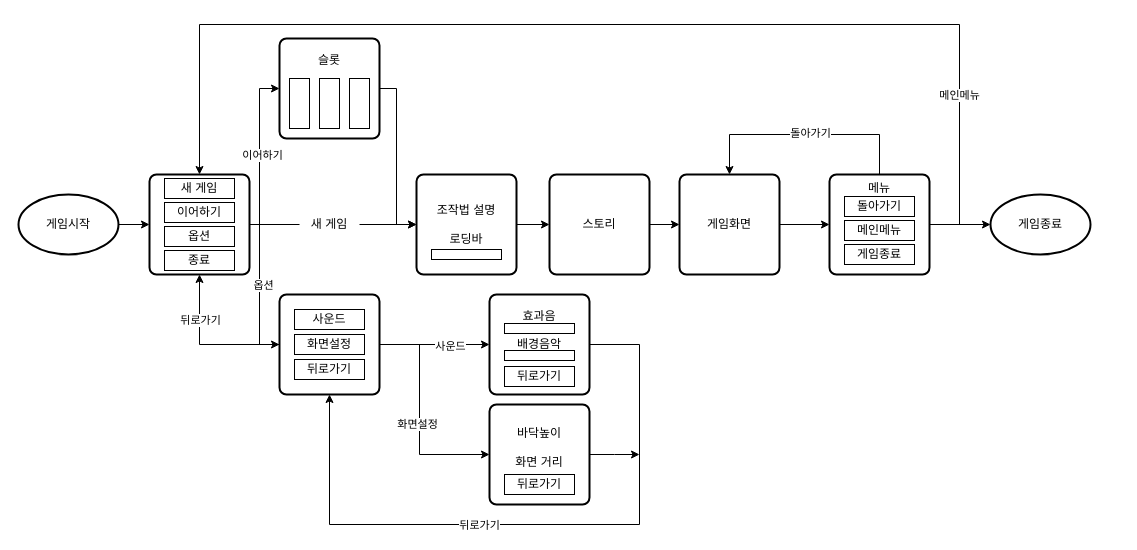
Before: Untitled Diagram.drawio in imjae/Holymole_Lee, a draw.io diagram. Source tidied: cells renumbered, new cells numbered last; positions are measured from the earlier drawing's top-left corner, leaving out a move shared by most shapes. Both pictures are drawn from the tidied source at 100%, with x=0, y=0 at pixel (18, 24).
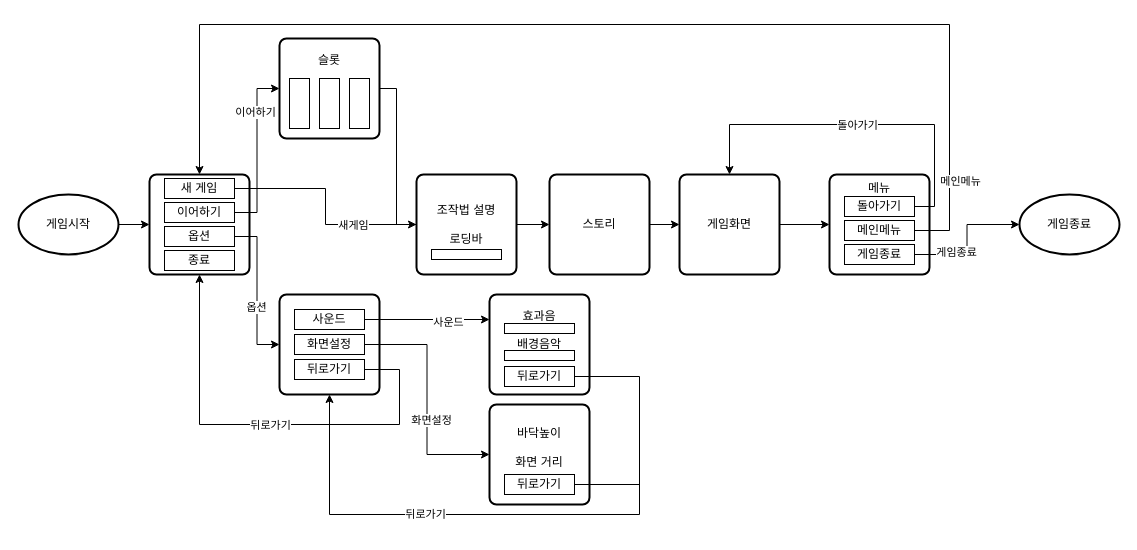
The same diagram, later.

The change refers to these unchanged cells:
```xml
<mxCell id="4" value="조작법 설명&lt;br&gt;&lt;br&gt;로딩바" style="rounded=1;whiteSpace=wrap;html=1;absoluteArcSize=1;arcSize=14;strokeWidth=2;" parent="1" vertex="1">
  <mxGeometry x="398" y="150" width="100" height="100" as="geometry" />
</mxCell>
<mxCell id="8" value="게임화면" style="rounded=1;whiteSpace=wrap;html=1;absoluteArcSize=1;arcSize=14;strokeWidth=2;" parent="1" vertex="1">
  <mxGeometry x="661" y="150" width="100" height="100" as="geometry" />
</mxCell>
<mxCell id="16" value="이어하기" style="rounded=0;whiteSpace=wrap;html=1;" parent="1" vertex="1">
  <mxGeometry x="146" y="178" width="70" height="20" as="geometry" />
</mxCell>
<mxCell id="18" value="옵션" style="rounded=0;whiteSpace=wrap;html=1;" parent="1" vertex="1">
  <mxGeometry x="146" y="202" width="70" height="20" as="geometry" />
</mxCell>
<mxCell id="20" value="슬롯&lt;br&gt;&lt;br&gt;&lt;br&gt;&lt;br&gt;&lt;br&gt;" style="rounded=1;whiteSpace=wrap;html=1;absoluteArcSize=1;arcSize=14;strokeWidth=2;" parent="1" vertex="1">
  <mxGeometry x="261" y="14" width="100" height="100" as="geometry" />
</mxCell>
<mxCell id="34" value="화면설정" style="rounded=0;whiteSpace=wrap;html=1;" parent="1" vertex="1">
  <mxGeometry x="276" y="310" width="70" height="20" as="geometry" />
</mxCell>
<mxCell id="35" value="뒤로가기" style="rounded=0;whiteSpace=wrap;html=1;" parent="1" vertex="1">
  <mxGeometry x="276" y="335" width="70" height="20" as="geometry" />
</mxCell>
<mxCell id="38" value="효과음&lt;br&gt;&lt;br&gt;배경음악&lt;br&gt;&lt;br&gt;&amp;nbsp;" style="rounded=1;whiteSpace=wrap;html=1;absoluteArcSize=1;arcSize=14;strokeWidth=2;" parent="1" vertex="1">
  <mxGeometry x="471" y="270" width="100" height="100" as="geometry" />
</mxCell>
<mxCell id="41" value="뒤로가기" style="rounded=0;whiteSpace=wrap;html=1;" parent="1" vertex="1">
  <mxGeometry x="486" y="342" width="70" height="20" as="geometry" />
</mxCell>
<mxCell id="43" value="바닥높이&lt;br&gt;&lt;br&gt;화면 거리&lt;br&gt;&amp;nbsp;" style="rounded=1;whiteSpace=wrap;html=1;absoluteArcSize=1;arcSize=14;strokeWidth=2;" parent="1" vertex="1">
  <mxGeometry x="471" y="380" width="100" height="100" as="geometry" />
</mxCell>
<mxCell id="44" value="뒤로가기" style="rounded=0;whiteSpace=wrap;html=1;" parent="1" vertex="1">
  <mxGeometry x="486" y="450" width="70" height="20" as="geometry" />
</mxCell>
<mxCell id="48" value="메뉴&lt;br&gt;&lt;br&gt;&lt;br&gt;&lt;br&gt;&lt;br&gt;&lt;br&gt;" style="rounded=1;whiteSpace=wrap;html=1;absoluteArcSize=1;arcSize=14;strokeWidth=2;" parent="1" vertex="1">
  <mxGeometry x="811" y="150" width="100" height="100" as="geometry" />
</mxCell>
<mxCell id="51" value="메인메뉴" style="rounded=0;whiteSpace=wrap;html=1;" parent="1" vertex="1">
  <mxGeometry x="826" y="196" width="70" height="20" as="geometry" />
</mxCell>
<mxCell id="52" value="돌아가기" style="rounded=0;whiteSpace=wrap;html=1;" parent="1" vertex="1">
  <mxGeometry x="826" y="172" width="70" height="20" as="geometry" />
</mxCell>
<mxCell id="53" value="게임종료" style="rounded=0;whiteSpace=wrap;html=1;" parent="1" vertex="1">
  <mxGeometry x="826" y="220" width="70" height="20" as="geometry" />
</mxCell>
```

Diff of the diagram source:
```diff
@@
-    <mxCell id="3" style="edgeStyle=orthogonalEdgeStyle;rounded=0;jettySize=auto;html=1;exitX=1;exitY=0.5;exitDx=0;exitDy=0;entryX=0;entryY=0.5;entryDx=0;entryDy=0;startArrow=none;" parent="1" edge="1" source="24" target="4">
-      <mxGeometry relative="1" as="geometry" />
-    </mxCell>
@@
-    <mxCell id="10" style="edgeStyle=orthogonalEdgeStyle;rounded=0;jettySize=auto;html=1;entryX=0;entryY=0.5;entryDx=0;entryDy=0;" parent="1" edge="1" source="14" target="20">
-      <mxGeometry relative="1" as="geometry">
-        <Array as="points">
-          <mxPoint x="241" y="200" />
-          <mxPoint x="241" y="64" />
-        </Array>
-      </mxGeometry>
-    </mxCell>
+    <mxCell id="14" style="rounded=1;whiteSpace=wrap;html=1;absoluteArcSize=1;arcSize=14;strokeWidth=2;" parent="1" vertex="1">
+      <mxGeometry x="131" y="150" width="100" height="100" as="geometry" />
+    </mxCell>
+    <mxCell id="57" style="edgeStyle=orthogonalEdgeStyle;rounded=0;jettySize=auto;html=1;exitX=1;exitY=0.5;exitDx=0;exitDy=0;entryX=0;entryY=0.5;entryDx=0;entryDy=0;endArrow=none;endFill=0;" parent="1" edge="1" source="15" target="4">
+      <mxGeometry relative="1" as="geometry" />
+    </mxCell>
+    <mxCell id="58" value="새게임" style="edgeLabel;html=1;align=center;verticalAlign=middle;" parent="57" vertex="1">
+      <mxGeometry x="0.41" relative="1" as="geometry" />
+    </mxCell>
+    <mxCell id="15" value="새 게임" style="rounded=0;whiteSpace=wrap;html=1;" parent="1" vertex="1">
+      <mxGeometry x="146" y="154" width="70" height="20" as="geometry" />
+    </mxCell>
+    <mxCell id="59" style="edgeStyle=orthogonalEdgeStyle;rounded=0;jettySize=auto;html=1;exitX=1;exitY=0.5;exitDx=0;exitDy=0;entryX=0;entryY=0.5;entryDx=0;entryDy=0;endArrow=classic;endFill=1;" parent="1" edge="1" source="16" target="20">
+      <mxGeometry relative="1" as="geometry" />
+    </mxCell>
-    <mxCell id="11" value="이어하기" style="edgeLabel;html=1;align=center;verticalAlign=middle;" parent="10" vertex="1">
-      <mxGeometry x="0.14" y="-2" relative="1" as="geometry">
-        <mxPoint y="15" as="offset" />
+    <mxCell id="11" value="이어하기" style="edgeLabel;html=1;align=center;verticalAlign=middle;" parent="59" vertex="1">
+      <mxGeometry x="0.46" y="3" relative="1" as="geometry">
+        <mxPoint x="1" as="offset" />
       </mxGeometry>
     </mxCell>
-    <mxCell id="12" style="edgeStyle=orthogonalEdgeStyle;rounded=0;jettySize=auto;html=1;entryX=0;entryY=0.5;entryDx=0;entryDy=0;" parent="1" edge="1" source="14" target="32">
-      <mxGeometry relative="1" as="geometry">
-        <Array as="points">
-          <mxPoint x="241" y="200" />
-          <mxPoint x="241" y="320" />
-        </Array>
-      </mxGeometry>
-    </mxCell>
-    <mxCell id="13" value="옵션" style="edgeLabel;html=1;align=center;verticalAlign=middle;" parent="12" vertex="1">
-      <mxGeometry x="0.27" y="3" relative="1" as="geometry">
-        <mxPoint y="-25" as="offset" />
-      </mxGeometry>
-    </mxCell>
-    <mxCell id="14" style="rounded=1;whiteSpace=wrap;html=1;absoluteArcSize=1;arcSize=14;strokeWidth=2;" parent="1" vertex="1">
-      <mxGeometry x="131" y="150" width="100" height="100" as="geometry" />
-    </mxCell>
-    <mxCell id="15" value="새 게임" style="rounded=0;whiteSpace=wrap;html=1;" parent="1" vertex="1">
-      <mxGeometry x="146" y="154" width="70" height="20" as="geometry" />
-    </mxCell>
@@
+    <mxCell id="60" style="edgeStyle=orthogonalEdgeStyle;rounded=0;jettySize=auto;html=1;exitX=1;exitY=0.5;exitDx=0;exitDy=0;entryX=0;entryY=0.5;entryDx=0;entryDy=0;endArrow=classic;endFill=1;" parent="1" edge="1" source="18" target="32">
+      <mxGeometry relative="1" as="geometry" />
+    </mxCell>
+    <mxCell id="13" value="옵션" style="edgeLabel;html=1;align=center;verticalAlign=middle;" parent="60" vertex="1">
+      <mxGeometry x="0.21" y="-1" relative="1" as="geometry" />
+    </mxCell>
@@
-    <mxCell id="24" value="새 게임" style="text;html=1;strokeColor=none;fillColor=none;align=center;verticalAlign=middle;whiteSpace=wrap;rounded=0;" parent="1" vertex="1">
-      <mxGeometry x="281" y="185" width="60" height="30" as="geometry" />
-    </mxCell>
-    <mxCell id="25" style="edgeStyle=orthogonalEdgeStyle;rounded=0;jettySize=auto;html=1;exitX=1;exitY=0.5;exitDx=0;exitDy=0;entryX=0;entryY=0.5;entryDx=0;entryDy=0;endArrow=none;" parent="1" edge="1" source="14" target="24">
-      <mxGeometry relative="1" as="geometry" />
-    </mxCell>
-    <mxCell id="26" style="edgeStyle=orthogonalEdgeStyle;rounded=0;jettySize=auto;html=1;entryX=0.5;entryY=1;entryDx=0;entryDy=0;" parent="1" edge="1" source="32" target="14">
-      <mxGeometry relative="1" as="geometry" />
-    </mxCell>
-    <mxCell id="27" value="뒤로가기" style="edgeLabel;html=1;align=center;verticalAlign=middle;" parent="26" vertex="1">
-      <mxGeometry x="0.16" y="-2" relative="1" as="geometry">
-        <mxPoint x="-2" y="-18" as="offset" />
-      </mxGeometry>
-    </mxCell>
-    <mxCell id="28" style="edgeStyle=orthogonalEdgeStyle;rounded=0;jettySize=auto;html=1;entryX=0;entryY=0.5;entryDx=0;entryDy=0;" parent="1" edge="1" source="32" target="38">
-      <mxGeometry relative="1" as="geometry" />
-    </mxCell>
+    <mxCell id="32" style="rounded=1;whiteSpace=wrap;html=1;absoluteArcSize=1;arcSize=14;strokeWidth=2;" parent="1" vertex="1">
+      <mxGeometry x="261" y="270" width="100" height="100" as="geometry" />
+    </mxCell>
+    <mxCell id="61" style="edgeStyle=orthogonalEdgeStyle;rounded=0;jettySize=auto;html=1;exitX=1;exitY=0.5;exitDx=0;exitDy=0;entryX=0;entryY=0.25;entryDx=0;entryDy=0;" parent="1" edge="1" source="33" target="38">
+      <mxGeometry relative="1" as="geometry" />
+    </mxCell>
-    <mxCell id="29" value="사운드" style="edgeLabel;html=1;align=center;verticalAlign=middle;" parent="28" vertex="1">
-      <mxGeometry x="0.27" y="-1" relative="1" as="geometry" />
+    <mxCell id="29" value="사운드" style="edgeLabel;html=1;align=center;verticalAlign=middle;" parent="61" vertex="1">
+      <mxGeometry x="0.33" y="-2" relative="1" as="geometry" />
     </mxCell>
-    <mxCell id="30" style="edgeStyle=orthogonalEdgeStyle;rounded=0;jettySize=auto;html=1;entryX=0;entryY=0.5;entryDx=0;entryDy=0;" parent="1" edge="1" source="32" target="43">
-      <mxGeometry relative="1" as="geometry">
-        <Array as="points">
-          <mxPoint x="401" y="320" />
-          <mxPoint x="401" y="430" />
-        </Array>
-      </mxGeometry>
-    </mxCell>
+    <mxCell id="33" value="사운드" style="rounded=0;whiteSpace=wrap;html=1;" parent="1" vertex="1">
+      <mxGeometry x="276" y="285" width="70" height="20" as="geometry" />
+    </mxCell>
+    <mxCell id="62" style="edgeStyle=orthogonalEdgeStyle;rounded=0;jettySize=auto;html=1;exitX=1;exitY=0.5;exitDx=0;exitDy=0;entryX=0;entryY=0.5;entryDx=0;entryDy=0;" parent="1" edge="1" source="34" target="43">
+      <mxGeometry relative="1" as="geometry" />
+    </mxCell>
-    <mxCell id="31" value="화면설정" style="edgeLabel;html=1;align=center;verticalAlign=middle;" parent="30" vertex="1">
-      <mxGeometry x="0.08" y="-4" relative="1" as="geometry">
-        <mxPoint x="1" as="offset" />
+    <mxCell id="31" value="화면설정" style="edgeLabel;html=1;align=center;verticalAlign=middle;" parent="62" vertex="1">
+      <mxGeometry x="0.17" y="4" relative="1" as="geometry">
+        <mxPoint y="1" as="offset" />
       </mxGeometry>
     </mxCell>
-    <mxCell id="32" style="rounded=1;whiteSpace=wrap;html=1;absoluteArcSize=1;arcSize=14;strokeWidth=2;" parent="1" vertex="1">
-      <mxGeometry x="261" y="270" width="100" height="100" as="geometry" />
-    </mxCell>
-    <mxCell id="33" value="사운드" style="rounded=0;whiteSpace=wrap;html=1;" parent="1" vertex="1">
-      <mxGeometry x="276" y="285" width="70" height="20" as="geometry" />
-    </mxCell>
@@
+    <mxCell id="63" style="edgeStyle=orthogonalEdgeStyle;rounded=0;jettySize=auto;html=1;exitX=1;exitY=0.5;exitDx=0;exitDy=0;entryX=0.5;entryY=1;entryDx=0;entryDy=0;endArrow=classic;endFill=1;" parent="1" edge="1" source="35" target="14">
+      <mxGeometry relative="1" as="geometry">
+        <Array as="points">
+          <mxPoint x="381" y="345" />
+          <mxPoint x="381" y="400" />
+          <mxPoint x="181" y="400" />
+        </Array>
+      </mxGeometry>
+    </mxCell>
+    <mxCell id="64" value="뒤로가기" style="edgeLabel;html=1;align=center;verticalAlign=middle;" parent="63" vertex="1">
+      <mxGeometry x="0.15" y="-2" relative="1" as="geometry">
+        <mxPoint x="33" y="2" as="offset" />
+      </mxGeometry>
+    </mxCell>
@@
-    <mxCell id="36" style="edgeStyle=orthogonalEdgeStyle;rounded=0;jettySize=auto;html=1;entryX=0.5;entryY=1;entryDx=0;entryDy=0;" parent="1" edge="1" source="38" target="32">
-      <mxGeometry relative="1" as="geometry">
-        <Array as="points">
-          <mxPoint x="621" y="320" />
-          <mxPoint x="621" y="500" />
-          <mxPoint x="311" y="500" />
-        </Array>
-      </mxGeometry>
-    </mxCell>
-    <mxCell id="37" value="뒤로가기" style="edgeLabel;html=1;align=center;verticalAlign=middle;" parent="36" vertex="1">
-      <mxGeometry x="-0.06" relative="1" as="geometry">
-        <mxPoint x="-76" as="offset" />
-      </mxGeometry>
-    </mxCell>
@@
+    <mxCell id="65" style="edgeStyle=orthogonalEdgeStyle;rounded=0;jettySize=auto;html=1;exitX=1;exitY=0.5;exitDx=0;exitDy=0;entryX=0.5;entryY=1;entryDx=0;entryDy=0;" parent="1" edge="1" source="41" target="32">
+      <mxGeometry relative="1" as="geometry">
+        <Array as="points">
+          <mxPoint x="621" y="352" />
+          <mxPoint x="621" y="490" />
+          <mxPoint x="311" y="490" />
+        </Array>
+      </mxGeometry>
+    </mxCell>
+    <mxCell id="66" value="뒤로가기" style="edgeLabel;html=1;align=center;verticalAlign=middle;" parent="65" vertex="1">
+      <mxGeometry x="0.32" y="-1" relative="1" as="geometry" />
+    </mxCell>
@@
-    <mxCell id="42" style="edgeStyle=orthogonalEdgeStyle;rounded=0;jettySize=auto;html=1;" parent="1" edge="1" source="43">
-      <mxGeometry relative="1" as="geometry">
-        <mxPoint x="621" y="430" as="targetPoint" />
-      </mxGeometry>
-    </mxCell>
@@
+    <mxCell id="67" style="edgeStyle=orthogonalEdgeStyle;rounded=0;jettySize=auto;html=1;exitX=1;exitY=0.5;exitDx=0;exitDy=0;endArrow=none;endFill=0;" parent="1" edge="1" source="44">
+      <mxGeometry relative="1" as="geometry">
+        <mxPoint x="621" y="460" as="targetPoint" />
+      </mxGeometry>
+    </mxCell>
@@
-    <mxCell id="45" style="edgeStyle=orthogonalEdgeStyle;rounded=0;jettySize=auto;html=1;entryX=0.5;entryY=0;entryDx=0;entryDy=0;" parent="1" edge="1" source="48" target="8">
-      <mxGeometry relative="1" as="geometry">
-        <Array as="points">
-          <mxPoint x="861" y="110" />
-          <mxPoint x="711" y="110" />
-        </Array>
-      </mxGeometry>
-    </mxCell>
-    <mxCell id="46" value="돌아가기" style="edgeLabel;html=1;align=center;verticalAlign=middle;" parent="45" vertex="1">
-      <mxGeometry x="-0.32" y="-2" relative="1" as="geometry">
-        <mxPoint x="-32" as="offset" />
-      </mxGeometry>
-    </mxCell>
-    <mxCell id="47" style="edgeStyle=orthogonalEdgeStyle;rounded=0;jettySize=auto;html=1;entryX=0;entryY=0.5;entryDx=0;entryDy=0;entryPerimeter=0;" parent="1" edge="1" source="48" target="56">
-      <mxGeometry relative="1" as="geometry" />
-    </mxCell>
@@
-    <mxCell id="49" style="edgeStyle=orthogonalEdgeStyle;rounded=0;jettySize=auto;html=1;entryX=0.5;entryY=0;entryDx=0;entryDy=0;exitX=1;exitY=0.5;exitDx=0;exitDy=0;" parent="1" edge="1" source="48" target="14">
-      <mxGeometry relative="1" as="geometry">
-        <Array as="points">
-          <mxPoint x="941" y="200" />
-          <mxPoint x="941" />
-          <mxPoint x="181" />
-        </Array>
-      </mxGeometry>
-    </mxCell>
+    <mxCell id="68" style="edgeStyle=orthogonalEdgeStyle;rounded=0;jettySize=auto;html=1;exitX=1;exitY=0.5;exitDx=0;exitDy=0;entryX=0.5;entryY=0;entryDx=0;entryDy=0;endArrow=classic;endFill=1;" parent="1" edge="1" source="51" target="14">
+      <mxGeometry relative="1" as="geometry">
+        <Array as="points">
+          <mxPoint x="931" y="206" />
+          <mxPoint x="931" />
+          <mxPoint x="181" />
+        </Array>
+      </mxGeometry>
+    </mxCell>
-    <mxCell id="50" value="메인메뉴" style="edgeLabel;html=1;align=center;verticalAlign=middle;" parent="49" vertex="1">
-      <mxGeometry x="-0.72" y="1" relative="1" as="geometry" />
+    <mxCell id="50" value="메인메뉴" style="edgeLabel;html=1;align=center;verticalAlign=middle;" parent="68" vertex="1">
+      <mxGeometry x="-0.85" y="-1" relative="1" as="geometry">
+        <mxPoint x="9" y="1" as="offset" />
+      </mxGeometry>
     </mxCell>
@@
+    <mxCell id="69" style="edgeStyle=orthogonalEdgeStyle;rounded=0;jettySize=auto;html=1;exitX=1;exitY=0.5;exitDx=0;exitDy=0;entryX=0.5;entryY=0;entryDx=0;entryDy=0;endArrow=classic;endFill=1;" parent="1" edge="1" source="52" target="8">
+      <mxGeometry relative="1" as="geometry">
+        <Array as="points">
+          <mxPoint x="916" y="182" />
+          <mxPoint x="916" y="100" />
+          <mxPoint x="711" y="100" />
+        </Array>
+      </mxGeometry>
+    </mxCell>
+    <mxCell id="46" value="돌아가기" style="edgeLabel;html=1;align=center;verticalAlign=middle;" parent="69" vertex="1">
+      <mxGeometry x="0.01" relative="1" as="geometry" />
+    </mxCell>
@@
+    <mxCell id="70" style="edgeStyle=orthogonalEdgeStyle;rounded=0;jettySize=auto;html=1;exitX=1;exitY=0.5;exitDx=0;exitDy=0;entryX=0;entryY=0.5;entryDx=0;entryDy=0;entryPerimeter=0;endArrow=classic;endFill=1;" parent="1" edge="1" source="53" target="56">
+      <mxGeometry relative="1" as="geometry" />
+    </mxCell>
+    <mxCell id="71" value="게임종료" style="edgeLabel;html=1;align=center;verticalAlign=middle;" parent="70" vertex="1">
+      <mxGeometry x="-0.39" y="3" relative="1" as="geometry" />
+    </mxCell>
@@
     <mxCell id="56" value="게임종료" style="strokeWidth=2;html=1;shape=mxgraph.flowchart.start_1;whiteSpace=wrap;" parent="1" vertex="1">
-      <mxGeometry x="972" y="170" width="100" height="60" as="geometry" />
+      <mxGeometry x="1001" y="170" width="100" height="60" as="geometry" />
     </mxCell>
```
